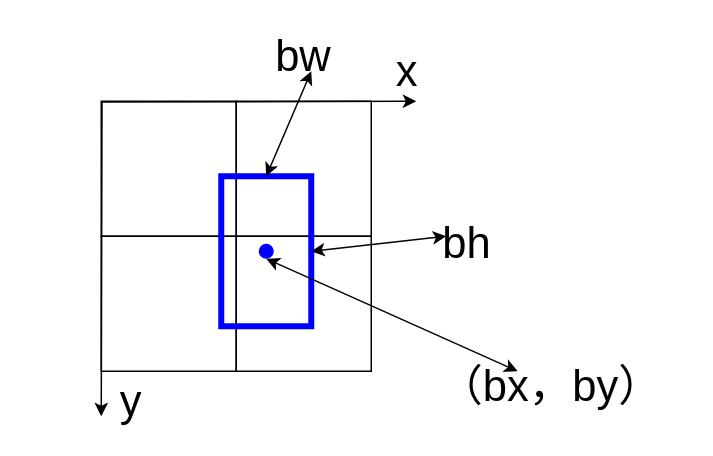
The draw.io diagram page "第 5 页" (1 of 7) of Untitled Diagram.drawio in RyougiShki/hhhh, before the edit. Source tidied: cells renumbered, new cells numbered last; positions are measured from the earlier drawing's top-left corner, leaving out a move shared by most shapes. Both pictures are drawn from the tidied source at 150%, with x=0, y=0 at pixel (100, 40).
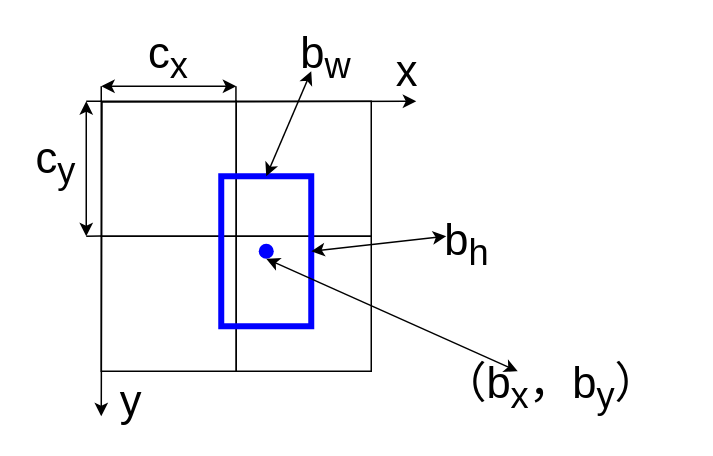
Above is the later version.

Diff of the diagram source:
```diff
@@
-    <mxCell id="11" value="&lt;font style=&quot;font-size: 29px&quot;&gt;（bx，by）&lt;/font&gt;" style="text;html=1;strokeColor=none;fillColor=none;align=center;verticalAlign=middle;whiteSpace=wrap;rounded=0;shadow=0;glass=0;sketch=0;" parent="1" vertex="1">
+    <mxCell id="11" value="&lt;font style=&quot;font-size: 29px&quot;&gt;（b&lt;sub&gt;x&lt;/sub&gt;，b&lt;sub&gt;y&lt;/sub&gt;）&lt;/font&gt;" style="text;html=1;strokeColor=none;fillColor=none;align=center;verticalAlign=middle;whiteSpace=wrap;rounded=0;shadow=0;glass=0;sketch=0;" parent="1" vertex="1">
       <mxGeometry x="210" y="220" width="180" height="20" as="geometry" />
     </mxCell>
-    <mxCell id="12" value="&lt;font style=&quot;font-size: 29px&quot;&gt;bw&lt;/font&gt;" style="text;html=1;strokeColor=none;fillColor=none;align=center;verticalAlign=middle;whiteSpace=wrap;rounded=0;shadow=0;glass=0;sketch=0;" parent="1" vertex="1">
-      <mxGeometry x="115" width="40" height="20" as="geometry" />
+    <mxCell id="12" value="&lt;font style=&quot;font-size: 29px&quot;&gt;b&lt;sub&gt;w&lt;/sub&gt;&lt;/font&gt;" style="text;html=1;strokeColor=none;fillColor=none;align=center;verticalAlign=middle;whiteSpace=wrap;rounded=0;shadow=0;glass=0;sketch=0;" parent="1" vertex="1">
+      <mxGeometry x="130" width="40" height="20" as="geometry" />
     </mxCell>
-    <mxCell id="13" value="&lt;font style=&quot;font-size: 29px&quot;&gt;bh&lt;/font&gt;" style="text;html=1;strokeColor=none;fillColor=none;align=center;verticalAlign=middle;whiteSpace=wrap;rounded=0;shadow=0;glass=0;sketch=0;" parent="1" vertex="1">
+    <mxCell id="13" value="&lt;font style=&quot;font-size: 29px&quot;&gt;b&lt;sub&gt;h&lt;/sub&gt;&lt;/font&gt;" style="text;html=1;strokeColor=none;fillColor=none;align=center;verticalAlign=middle;whiteSpace=wrap;rounded=0;shadow=0;glass=0;sketch=0;" parent="1" vertex="1">
       <mxGeometry x="224" y="125" width="40" height="20" as="geometry" />
     </mxCell>
@@
+    <mxCell id="17" style="endArrow=classic;startArrow=classic;html=1;" parent="1" edge="1">
+      <mxGeometry relative="1" as="geometry">
+        <mxPoint x="-10" y="130" as="sourcePoint" />
+        <mxPoint x="-10" y="40" as="targetPoint" />
+      </mxGeometry>
+    </mxCell>
+    <mxCell id="18" style="endArrow=classic;startArrow=classic;html=1;" parent="1" edge="1">
+      <mxGeometry relative="1" as="geometry">
+        <mxPoint x="90" y="30" as="sourcePoint" />
+        <mxPoint y="30" as="targetPoint" />
+      </mxGeometry>
+    </mxCell>
+    <mxCell id="19" value="&lt;font style=&quot;font-size: 29px&quot;&gt;c&lt;sub&gt;y&lt;/sub&gt;&lt;/font&gt;" style="text;html=1;strokeColor=none;fillColor=none;align=center;verticalAlign=middle;whiteSpace=wrap;rounded=0;shadow=0;glass=0;sketch=0;" parent="1" vertex="1">
+      <mxGeometry x="-50" y="70" width="40" height="20" as="geometry" />
+    </mxCell>
+    <mxCell id="20" value="&lt;font style=&quot;font-size: 29px&quot;&gt;c&lt;sub&gt;x&lt;/sub&gt;&lt;/font&gt;" style="text;html=1;strokeColor=none;fillColor=none;align=center;verticalAlign=middle;whiteSpace=wrap;rounded=0;shadow=0;glass=0;sketch=0;" parent="1" vertex="1">
+      <mxGeometry x="25" width="40" height="20" as="geometry" />
+    </mxCell>
+    <mxCell id="21" style="endArrow=none;html=1;" parent="1" edge="1">
+      <mxGeometry relative="1" as="geometry">
+        <mxPoint x="-10" y="40" as="sourcePoint" />
+        <mxPoint y="40" as="targetPoint" />
+      </mxGeometry>
+    </mxCell>
+    <mxCell id="22" style="endArrow=none;html=1;" parent="1" edge="1">
+      <mxGeometry relative="1" as="geometry">
+        <mxPoint x="-10" y="130" as="sourcePoint" />
+        <mxPoint y="129.8" as="targetPoint" />
+      </mxGeometry>
+    </mxCell>
+    <mxCell id="23" style="endArrow=none;html=1;" parent="1" edge="1">
+      <mxGeometry relative="1" as="geometry">
+        <mxPoint y="30" as="sourcePoint" />
+        <mxPoint y="40" as="targetPoint" />
+      </mxGeometry>
+    </mxCell>
+    <mxCell id="24" style="endArrow=none;html=1;" parent="1" edge="1">
+      <mxGeometry relative="1" as="geometry">
+        <mxPoint x="89.8" y="30" as="sourcePoint" />
+        <mxPoint x="89.8" y="40" as="targetPoint" />
+      </mxGeometry>
+    </mxCell>
```
